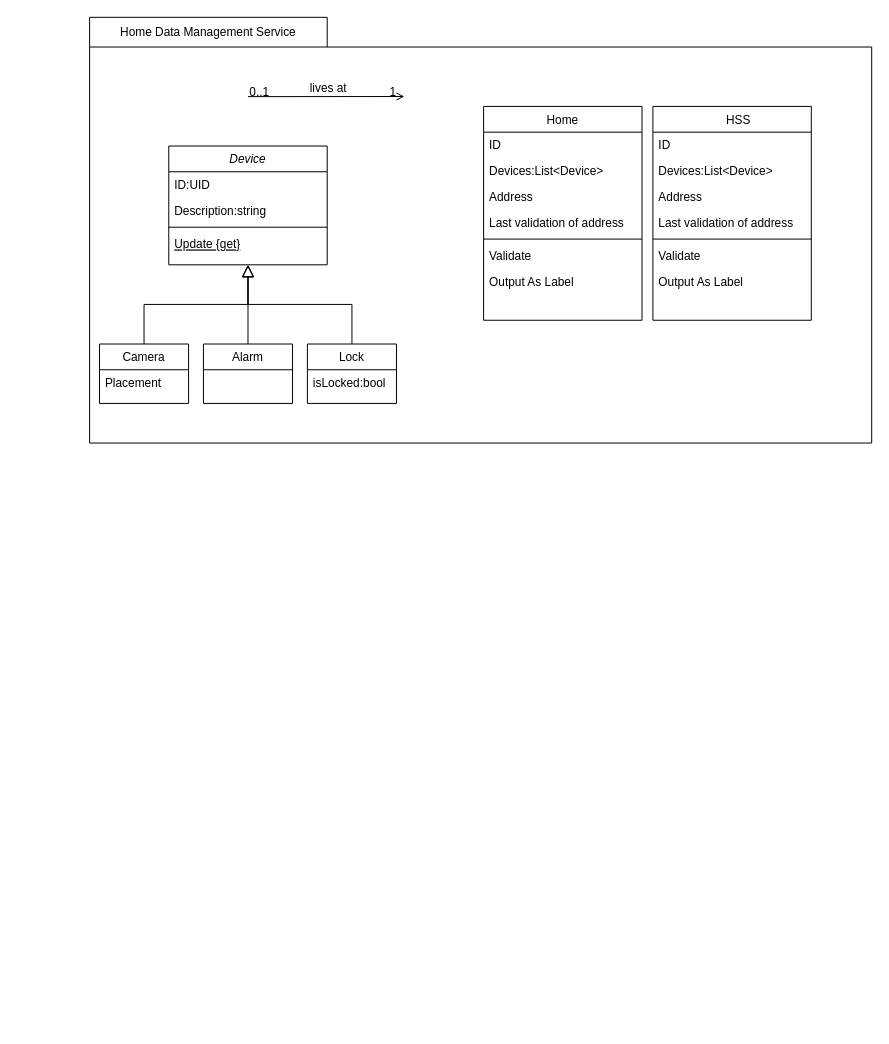
The draw.io diagram ClassesDiagram.drawio in zelcam4ever/SoftwareArch, before the edit. Source tidied: cells renumbered, new cells numbered last; positions are measured from the earlier drawing's top-left corner, leaving out a move shared by most shapes. Both pictures are drawn from the tidied source at 99%, with x=0, y=0 at pixel (89, 17).
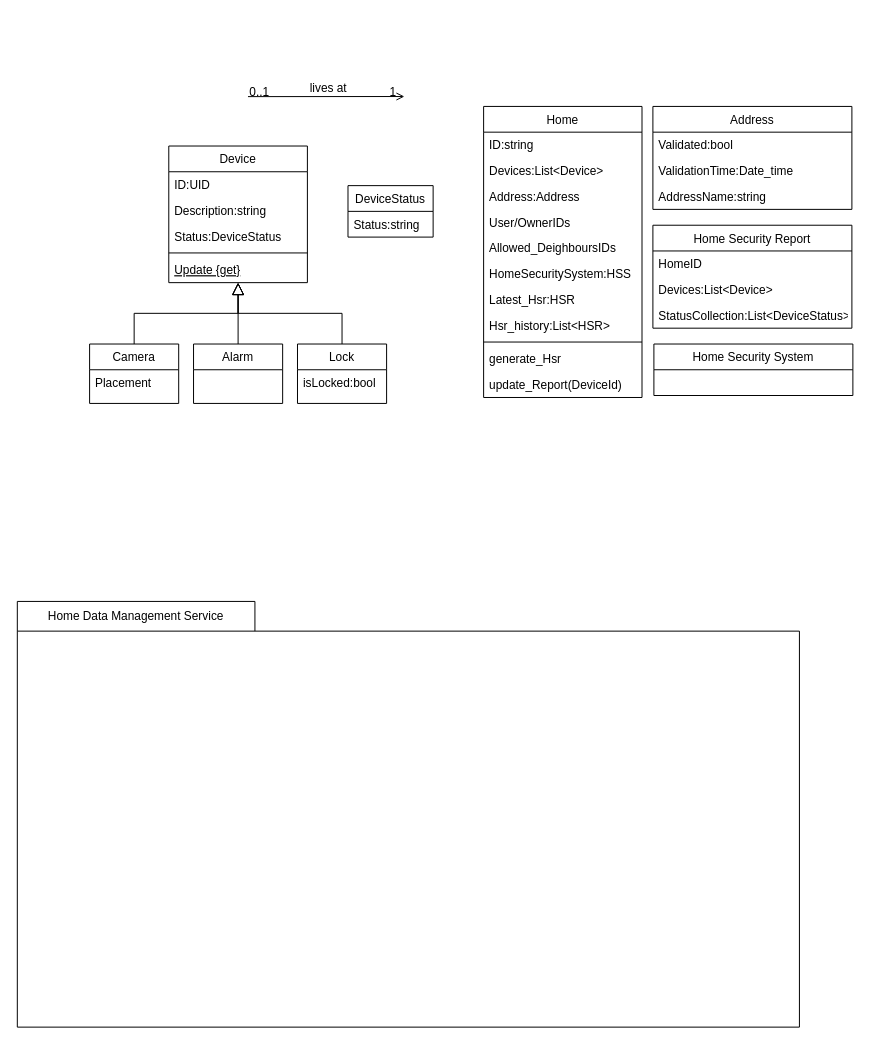
The same diagram, later.

What changed in the source:
```diff
@@
     <mxCell id="2" style="shape=folder;fontStyle=1;spacingTop=10;tabWidth=240;tabHeight=30;tabPosition=left;html=1;whiteSpace=wrap;" parent="1" vertex="1">
-      <mxGeometry width="790" height="430" as="geometry" />
+      <mxGeometry x="-73" y="590" width="790" height="430" as="geometry" />
     </mxCell>
-    <mxCell id="3" value="Device" style="swimlane;fontStyle=2;align=center;verticalAlign=top;horizontal=1;startSize=26;rounded=0;shadow=0;strokeWidth=1;" parent="1" vertex="1">
-      <mxGeometry x="80" y="130" width="160" height="120" as="geometry" />
+    <mxCell id="3" value="Device" style="swimlane;fontStyle=0;align=center;verticalAlign=top;horizontal=1;startSize=26;rounded=0;shadow=0;strokeWidth=1;" parent="1" vertex="1">
+      <mxGeometry x="80" y="130" width="140" height="138" as="geometry" />
     </mxCell>
     <mxCell id="4" value="ID:UID" style="text;align=left;verticalAlign=top;spacingLeft=4;spacingRight=4;overflow=hidden;" parent="3" vertex="1">
-      <mxGeometry y="26" width="160" height="26" as="geometry" />
+      <mxGeometry y="26" width="140" height="26" as="geometry" />
     </mxCell>
+    <mxCell id="37" value="Description:string" style="text;align=left;verticalAlign=top;spacingLeft=4;spacingRight=4;overflow=hidden;rounded=0;shadow=0;html=0;" parent="3" vertex="1">
+      <mxGeometry y="52" width="140" height="26" as="geometry" />
+    </mxCell>
-    <mxCell id="5" value="Description:string" style="text;align=left;verticalAlign=top;spacingLeft=4;spacingRight=4;overflow=hidden;rounded=0;shadow=0;html=0;" parent="3" vertex="1">
-      <mxGeometry y="52" width="160" height="26" as="geometry" />
+    <mxCell id="5" value="Status:DeviceStatus" style="text;align=left;verticalAlign=top;spacingLeft=4;spacingRight=4;overflow=hidden;rounded=0;shadow=0;html=0;" parent="3" vertex="1">
+      <mxGeometry y="78" width="140" height="26" as="geometry" />
     </mxCell>
     <mxCell id="6" style="line;html=1;strokeWidth=1;align=left;verticalAlign=middle;spacingTop=-1;spacingLeft=3;spacingRight=3;labelPosition=right;" parent="3" vertex="1">
-      <mxGeometry y="78" width="160" height="8" as="geometry" />
+      <mxGeometry y="104" width="140" height="8" as="geometry" />
     </mxCell>
     <mxCell id="7" value="Update {get}" style="text;align=left;verticalAlign=top;spacingLeft=4;spacingRight=4;overflow=hidden;points=[[0,0.5],[1,0.5]];portConstraint=eastwest;fontStyle=4;" parent="3" vertex="1">
-      <mxGeometry y="86" width="160" height="26" as="geometry" />
+      <mxGeometry y="112" width="140" height="26" as="geometry" />
     </mxCell>
     <mxCell id="8" value="Camera" style="swimlane;fontStyle=0;align=center;verticalAlign=top;horizontal=1;startSize=26;rounded=0;shadow=0;strokeWidth=1;" parent="1" vertex="1">
-      <mxGeometry x="10" y="330" width="90" height="60" as="geometry" />
+      <mxGeometry y="330" width="90" height="60" as="geometry" />
     </mxCell>
@@
     <mxCell id="11" value="Lock" style="swimlane;fontStyle=0;align=center;verticalAlign=top;horizontal=1;startSize=26;rounded=0;shadow=0;strokeWidth=1;" parent="1" vertex="1">
-      <mxGeometry x="220" y="330" width="90" height="60" as="geometry" />
+      <mxGeometry x="210" y="330" width="90" height="60" as="geometry" />
     </mxCell>
@@
     <mxCell id="14" value="Home" style="swimlane;fontStyle=0;align=center;verticalAlign=top;horizontal=1;startSize=26;rounded=0;shadow=0;strokeWidth=1;" parent="1" vertex="1">
-      <mxGeometry x="398" y="90" width="160" height="216" as="geometry" />
+      <mxGeometry x="398" y="90" width="160" height="294" as="geometry" />
     </mxCell>
-    <mxCell id="15" value="ID" style="text;align=left;verticalAlign=top;spacingLeft=4;spacingRight=4;overflow=hidden;rounded=0;shadow=0;html=0;" parent="14" vertex="1">
+    <mxCell id="15" value="ID:string" style="text;align=left;verticalAlign=top;spacingLeft=4;spacingRight=4;overflow=hidden;rounded=0;shadow=0;html=0;" parent="14" vertex="1">
       <mxGeometry y="26" width="160" height="26" as="geometry" />
     </mxCell>
@@
-    <mxCell id="17" value="Address" style="text;align=left;verticalAlign=top;spacingLeft=4;spacingRight=4;overflow=hidden;" parent="14" vertex="1">
+    <mxCell id="17" value="Address:Address" style="text;align=left;verticalAlign=top;spacingLeft=4;spacingRight=4;overflow=hidden;" parent="14" vertex="1">
       <mxGeometry y="78" width="160" height="26" as="geometry" />
     </mxCell>
+    <mxCell id="38" value="User/OwnerIDs" style="text;align=left;verticalAlign=top;spacingLeft=4;spacingRight=4;overflow=hidden;rounded=0;shadow=0;html=0;" parent="14" vertex="1">
+      <mxGeometry y="104" width="160" height="26" as="geometry" />
+    </mxCell>
+    <mxCell id="39" value="Allowed_DeighboursIDs" style="text;align=left;verticalAlign=top;spacingLeft=4;spacingRight=4;overflow=hidden;rounded=0;shadow=0;html=0;" parent="14" vertex="1">
+      <mxGeometry y="130" width="160" height="26" as="geometry" />
+    </mxCell>
+    <mxCell id="40" value="HomeSecuritySystem:HSS" style="text;align=left;verticalAlign=top;spacingLeft=4;spacingRight=4;overflow=hidden;rounded=0;shadow=0;html=0;" parent="14" vertex="1">
+      <mxGeometry y="156" width="160" height="26" as="geometry" />
+    </mxCell>
+    <mxCell id="41" value="Latest_Hsr:HSR" style="text;align=left;verticalAlign=top;spacingLeft=4;spacingRight=4;overflow=hidden;rounded=0;shadow=0;html=0;" parent="14" vertex="1">
+      <mxGeometry y="182" width="160" height="26" as="geometry" />
+    </mxCell>
-    <mxCell id="18" value="Last validation of address" style="text;align=left;verticalAlign=top;spacingLeft=4;spacingRight=4;overflow=hidden;rounded=0;shadow=0;html=0;" parent="14" vertex="1">
-      <mxGeometry y="104" width="160" height="26" as="geometry" />
+    <mxCell id="18" value="Hsr_history:List&lt;HSR&gt;" style="text;align=left;verticalAlign=top;spacingLeft=4;spacingRight=4;overflow=hidden;rounded=0;shadow=0;html=0;" parent="14" vertex="1">
+      <mxGeometry y="208" width="160" height="26" as="geometry" />
     </mxCell>
     <mxCell id="19" style="line;html=1;strokeWidth=1;align=left;verticalAlign=middle;spacingTop=-1;spacingLeft=3;spacingRight=3;labelPosition=right;" parent="14" vertex="1">
-      <mxGeometry y="130" width="160" height="8" as="geometry" />
+      <mxGeometry y="234" width="160" height="8" as="geometry" />
     </mxCell>
-    <mxCell id="20" value="Validate" style="text;align=left;verticalAlign=top;spacingLeft=4;spacingRight=4;overflow=hidden;" parent="14" vertex="1">
-      <mxGeometry y="138" width="160" height="26" as="geometry" />
+    <mxCell id="20" value="generate_Hsr" style="text;align=left;verticalAlign=top;spacingLeft=4;spacingRight=4;overflow=hidden;" parent="14" vertex="1">
+      <mxGeometry y="242" width="160" height="26" as="geometry" />
     </mxCell>
-    <mxCell id="21" value="Output As Label" style="text;align=left;verticalAlign=top;spacingLeft=4;spacingRight=4;overflow=hidden;" parent="14" vertex="1">
-      <mxGeometry y="164" width="160" height="26" as="geometry" />
+    <mxCell id="21" value="update_Report(DeviceId)" style="text;align=left;verticalAlign=top;spacingLeft=4;spacingRight=4;overflow=hidden;" parent="14" vertex="1">
+      <mxGeometry y="268" width="160" height="26" as="geometry" />
     </mxCell>
     <mxCell id="22" value="Alarm" style="swimlane;fontStyle=0;align=center;verticalAlign=top;horizontal=1;startSize=26;rounded=0;shadow=0;strokeWidth=1;" parent="1" vertex="1">
-      <mxGeometry x="115" y="330" width="90" height="60" as="geometry" />
+      <mxGeometry x="105" y="330" width="90" height="60" as="geometry" />
     </mxCell>
-    <mxCell id="23" style="endArrow=block;endSize=10;endFill=0;shadow=0;strokeWidth=1;rounded=0;curved=0;edgeStyle=elbowEdgeStyle;elbow=vertical;exitX=0.5;exitY=0;exitDx=0;exitDy=0;" parent="1" edge="1" source="22">
-      <mxGeometry relative="1" as="geometry">
-        <mxPoint x="160" y="250" as="targetPoint" />
-      </mxGeometry>
+    <mxCell id="23" style="endArrow=block;endSize=10;endFill=0;shadow=0;strokeWidth=1;rounded=0;curved=0;edgeStyle=elbowEdgeStyle;elbow=vertical;exitX=0.5;exitY=0;exitDx=0;exitDy=0;" parent="1" edge="1" source="22" target="7">
+      <mxGeometry relative="1" as="geometry" />
     </mxCell>
@@
-    <mxCell id="28" value="    HSS" style="swimlane;fontStyle=0;align=center;verticalAlign=top;horizontal=1;startSize=26;rounded=0;shadow=0;strokeWidth=1;" parent="1" vertex="1">
-      <mxGeometry x="569" y="90" width="160" height="216" as="geometry" />
+    <mxCell id="28" value="Home Security Report" style="swimlane;fontStyle=0;align=center;verticalAlign=top;horizontal=1;startSize=26;rounded=0;shadow=0;strokeWidth=1;" parent="1" vertex="1">
+      <mxGeometry x="569" y="210" width="201" height="104" as="geometry" />
     </mxCell>
-    <mxCell id="29" value="ID" style="text;align=left;verticalAlign=top;spacingLeft=4;spacingRight=4;overflow=hidden;rounded=0;shadow=0;html=0;" parent="28" vertex="1">
-      <mxGeometry y="26" width="160" height="26" as="geometry" />
+    <mxCell id="29" value="HomeID" style="text;align=left;verticalAlign=top;spacingLeft=4;spacingRight=4;overflow=hidden;rounded=0;shadow=0;html=0;" parent="28" vertex="1">
+      <mxGeometry y="26" width="201" height="26" as="geometry" />
     </mxCell>
     <mxCell id="30" value="Devices:List&lt;Device&gt;" style="text;align=left;verticalAlign=top;spacingLeft=4;spacingRight=4;overflow=hidden;rounded=0;shadow=0;html=0;" parent="28" vertex="1">
-      <mxGeometry y="52" width="160" height="26" as="geometry" />
+      <mxGeometry y="52" width="201" height="26" as="geometry" />
     </mxCell>
-    <mxCell id="31" value="Address" style="text;align=left;verticalAlign=top;spacingLeft=4;spacingRight=4;overflow=hidden;" parent="28" vertex="1">
-      <mxGeometry y="78" width="160" height="26" as="geometry" />
+    <mxCell id="31" value="StatusCollection:List&lt;DeviceStatus&gt;" style="text;align=left;verticalAlign=top;spacingLeft=4;spacingRight=4;overflow=hidden;" parent="28" vertex="1">
+      <mxGeometry y="78" width="201" height="26" as="geometry" />
     </mxCell>
-    <mxCell id="32" value="Last validation of address" style="text;align=left;verticalAlign=top;spacingLeft=4;spacingRight=4;overflow=hidden;rounded=0;shadow=0;html=0;" parent="28" vertex="1">
-      <mxGeometry y="104" width="160" height="26" as="geometry" />
-    </mxCell>
-    <mxCell id="33" style="line;html=1;strokeWidth=1;align=left;verticalAlign=middle;spacingTop=-1;spacingLeft=3;spacingRight=3;labelPosition=right;" parent="28" vertex="1">
-      <mxGeometry y="130" width="160" height="8" as="geometry" />
-    </mxCell>
-    <mxCell id="34" value="Validate" style="text;align=left;verticalAlign=top;spacingLeft=4;spacingRight=4;overflow=hidden;" parent="28" vertex="1">
-      <mxGeometry y="138" width="160" height="26" as="geometry" />
-    </mxCell>
-    <mxCell id="35" value="Output As Label" style="text;align=left;verticalAlign=top;spacingLeft=4;spacingRight=4;overflow=hidden;" parent="28" vertex="1">
-      <mxGeometry y="164" width="160" height="26" as="geometry" />
-    </mxCell>
     <mxCell id="36" value="Home Data Management Service" style="text;html=1;align=center;verticalAlign=middle;whiteSpace=wrap;rounded=0;" parent="1" vertex="1">
-      <mxGeometry width="240" height="30" as="geometry" />
+      <mxGeometry x="-73" y="590" width="240" height="30" as="geometry" />
     </mxCell>
+    <mxCell id="42" value="DeviceStatus" style="swimlane;fontStyle=0;align=center;verticalAlign=top;horizontal=1;startSize=26;rounded=0;shadow=0;strokeWidth=1;" parent="1" vertex="1">
+      <mxGeometry x="261" y="170" width="86" height="52" as="geometry" />
+    </mxCell>
+    <mxCell id="43" value="Status:string" style="text;align=left;verticalAlign=top;spacingLeft=4;spacingRight=4;overflow=hidden;rounded=0;shadow=0;html=0;" parent="42" vertex="1">
+      <mxGeometry y="26" width="86" height="26" as="geometry" />
+    </mxCell>
+    <mxCell id="44" value="Home Security System" style="swimlane;fontStyle=0;align=center;verticalAlign=top;horizontal=1;startSize=26;rounded=0;shadow=0;strokeWidth=1;" parent="1" vertex="1">
+      <mxGeometry x="570" y="330" width="201" height="52" as="geometry" />
+    </mxCell>
+    <mxCell id="45" value="Address" style="swimlane;fontStyle=0;align=center;verticalAlign=top;horizontal=1;startSize=26;rounded=0;shadow=0;strokeWidth=1;" parent="1" vertex="1">
+      <mxGeometry x="569" y="90" width="201" height="104" as="geometry" />
+    </mxCell>
+    <mxCell id="46" value="Validated:bool" style="text;align=left;verticalAlign=top;spacingLeft=4;spacingRight=4;overflow=hidden;rounded=0;shadow=0;html=0;" parent="45" vertex="1">
+      <mxGeometry y="26" width="201" height="26" as="geometry" />
+    </mxCell>
+    <mxCell id="47" value="ValidationTime:Date_time" style="text;align=left;verticalAlign=top;spacingLeft=4;spacingRight=4;overflow=hidden;rounded=0;shadow=0;html=0;" parent="45" vertex="1">
+      <mxGeometry y="52" width="201" height="26" as="geometry" />
+    </mxCell>
+    <mxCell id="48" value="AddressName:string" style="text;align=left;verticalAlign=top;spacingLeft=4;spacingRight=4;overflow=hidden;" parent="45" vertex="1">
+      <mxGeometry y="78" width="201" height="26" as="geometry" />
+    </mxCell>
```
